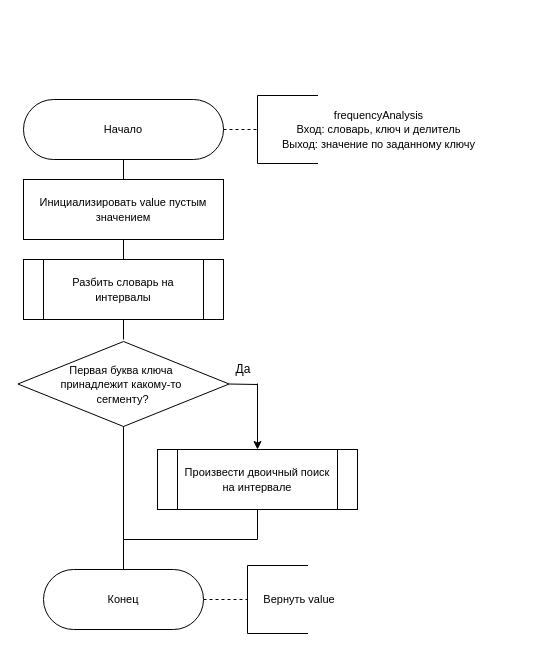
This is AA/lab_07/docs/imgs/freq_analysis.drawio from Yokud/5_sem_SE, a draw.io file, before an edit. Source tidied: cells renumbered, new cells numbered last; positions are measured from the earlier drawing's top-left corner, leaving out a move shared by most shapes. Both pictures are drawn from the tidied source at 100%, with x=0, y=0 at pixel (17, 99).
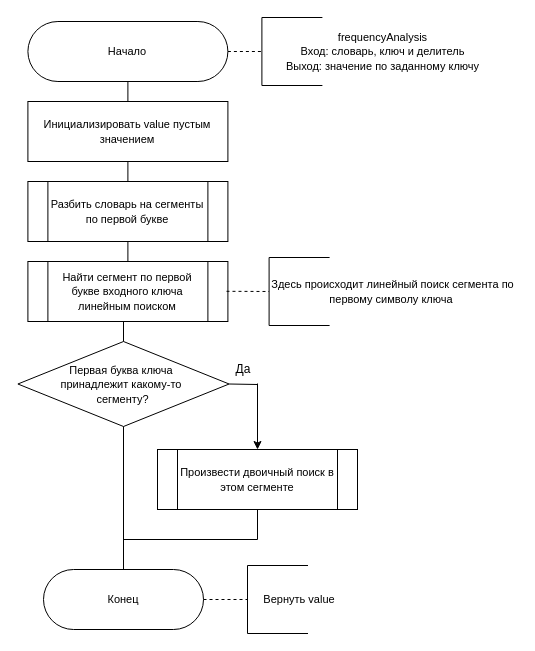
Above is the later version.

Unchanged cells that the change refers to:
```xml
<mxCell id="15" value="&lt;div&gt;&lt;span style=&quot;font-size: 11px&quot;&gt;Первая буква ключа&amp;nbsp;&lt;/span&gt;&lt;/div&gt;&lt;div&gt;&lt;span style=&quot;font-size: 11px&quot;&gt;принадлежит какому-то&lt;/span&gt;&lt;span style=&quot;font-size: 11px&quot;&gt;&amp;nbsp;&lt;/span&gt;&lt;/div&gt;&lt;div&gt;&lt;span style=&quot;font-size: 11px&quot;&gt;сегменту?&lt;/span&gt;&lt;/div&gt;" style="rhombus;whiteSpace=wrap;html=1;" parent="1" vertex="1">
  <mxGeometry x="0.4" y="242" width="211.2" height="85" as="geometry" />
</mxCell>
```

The edit, as a diff of the source:
```diff
@@
     <mxCell id="2" value="&lt;font style=&quot;font-size: 11px&quot;&gt;Начало&lt;/font&gt;" style="rounded=1;whiteSpace=wrap;html=1;arcSize=50;" parent="1" vertex="1">
-      <mxGeometry x="6" width="200" height="60" as="geometry" />
+      <mxGeometry x="10.4" y="-78" width="200" height="60" as="geometry" />
     </mxCell>
@@
     <mxCell id="4" value="&lt;font style=&quot;font-size: 11px&quot;&gt;Инициализировать value пустым значением&lt;/font&gt;" style="rounded=0;whiteSpace=wrap;html=1;" parent="1" vertex="1">
-      <mxGeometry x="6" y="80" width="200" height="60" as="geometry" />
+      <mxGeometry x="10.4" y="2" width="200" height="60" as="geometry" />
     </mxCell>
     <mxCell id="5" value="&lt;font style=&quot;font-size: 11px&quot;&gt;frequencyAnalysis&lt;br&gt;Вход: словарь, ключ и делитель&lt;br&gt;Выход: значение по заданному ключу&lt;/font&gt;" style="text;html=1;strokeColor=none;fillColor=none;align=center;verticalAlign=middle;whiteSpace=wrap;rounded=0;" parent="1" vertex="1">
-      <mxGeometry x="236" y="10" width="250.5" height="40" as="geometry" />
+      <mxGeometry x="240.4" y="-68" width="250.5" height="40" as="geometry" />
     </mxCell>
     <mxCell id="6" style="shape=partialRectangle;whiteSpace=wrap;html=1;bottom=1;right=1;left=1;top=0;fillColor=none;routingCenterX=-0.5;rotation=90;" parent="1" vertex="1">
-      <mxGeometry x="236" width="68" height="60" as="geometry" />
+      <mxGeometry x="240.4" y="-78" width="68" height="60" as="geometry" />
     </mxCell>
@@
     <mxCell id="12" style="endArrow=none;html=1;entryX=0.5;entryY=1;entryDx=0;entryDy=0;exitX=0.5;exitY=0;exitDx=0;exitDy=0;" parent="1" edge="1" target="4">
       <mxGeometry relative="1" as="geometry">
-        <mxPoint x="106" y="160" as="sourcePoint" />
+        <mxPoint x="110.4" y="82" as="sourcePoint" />
       </mxGeometry>
     </mxCell>
     <mxCell id="13" style="endArrow=none;html=1;entryX=0.5;entryY=1;entryDx=0;entryDy=0;exitX=0.5;exitY=0;exitDx=0;exitDy=0;" parent="1" edge="1">
       <mxGeometry relative="1" as="geometry">
-        <mxPoint x="106" y="240" as="sourcePoint" />
-        <mxPoint x="106" y="220" as="targetPoint" />
+        <mxPoint x="110.4" y="162" as="sourcePoint" />
+        <mxPoint x="110.4" y="142" as="targetPoint" />
       </mxGeometry>
     </mxCell>
-    <mxCell id="14" value="&lt;font style=&quot;font-size: 11px&quot;&gt;Разбить словарь на интервалы&lt;/font&gt;" style="shape=process;whiteSpace=wrap;html=1;backgroundOutline=1;" parent="1" vertex="1">
-      <mxGeometry x="6" y="160" width="200" height="60" as="geometry" />
+    <mxCell id="14" value="&lt;font style=&quot;font-size: 11px&quot;&gt;Разбить словарь на сегменты по первой букве&lt;/font&gt;" style="shape=process;whiteSpace=wrap;html=1;backgroundOutline=1;" parent="1" vertex="1">
+      <mxGeometry x="10.4" y="82" width="200" height="60" as="geometry" />
     </mxCell>
@@
-    <mxCell id="16" value="&lt;font style=&quot;font-size: 11px&quot;&gt;Произвести двоичный поиск на интервале&lt;/font&gt;" style="shape=process;whiteSpace=wrap;html=1;backgroundOutline=1;" parent="1" vertex="1">
+    <mxCell id="16" value="&lt;font style=&quot;font-size: 11px&quot;&gt;Произвести двоичный поиск в этом сегменте&lt;/font&gt;" style="shape=process;whiteSpace=wrap;html=1;backgroundOutline=1;" parent="1" vertex="1">
       <mxGeometry x="140" y="350" width="200" height="60" as="geometry" />
     </mxCell>
@@
+    <mxCell id="23" style="edgeStyle=orthogonalEdgeStyle;rounded=0;jettySize=auto;html=1;exitX=0.5;exitY=1;exitDx=0;exitDy=0;entryX=0.5;entryY=0;entryDx=0;entryDy=0;endArrow=none;endFill=0;" parent="1" edge="1" source="24" target="15">
+      <mxGeometry relative="1" as="geometry" />
+    </mxCell>
+    <mxCell id="24" value="&lt;font style=&quot;font-size: 11px&quot;&gt;Найти сегмент по первой букве входного ключа линейным поиском&lt;/font&gt;" style="shape=process;whiteSpace=wrap;html=1;backgroundOutline=1;" parent="1" vertex="1">
+      <mxGeometry x="10.4" y="162" width="200" height="60" as="geometry" />
+    </mxCell>
+    <mxCell id="25" style="shape=partialRectangle;whiteSpace=wrap;html=1;bottom=1;right=1;left=1;top=0;fillColor=none;routingCenterX=-0.5;rotation=90;" parent="1" vertex="1">
+      <mxGeometry x="247.6" y="162" width="68" height="60" as="geometry" />
+    </mxCell>
+    <mxCell id="26" style="endArrow=none;dashed=1;html=1;exitX=1;exitY=0.5;exitDx=0;exitDy=0;entryX=0.5;entryY=1;entryDx=0;entryDy=0;" parent="1" edge="1" target="25">
+      <mxGeometry relative="1" as="geometry">
+        <mxPoint x="209" y="191.8" as="sourcePoint" />
+      </mxGeometry>
+    </mxCell>
+    <mxCell id="27" value="&lt;span style=&quot;font-size: 11px&quot;&gt;Здесь происходит линейный поиск сегмента по первому символу ключа&amp;nbsp;&lt;/span&gt;" style="text;html=1;strokeColor=none;fillColor=none;align=center;verticalAlign=middle;whiteSpace=wrap;rounded=0;" parent="1" vertex="1">
+      <mxGeometry x="250.4" y="172" width="250.5" height="40" as="geometry" />
+    </mxCell>
```
